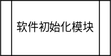
This is 模块图.drawio.svg from LiujiaHuan/classDesign, a draw.io export, as it was before one commit. Source tidied: cells renumbered, new cells last; positions are measured from the earlier drawing's top-left corner, leaving out a move shared by most shapes. Its diagram source:
```xml
<mxGraphModel>
  <root>
    <mxCell id="0" />
    <mxCell id="1" parent="0" />
    <mxCell id="2" value="软件初始化模块" style="shape=process;whiteSpace=wrap;html=1;backgroundOutline=1;" parent="1" vertex="1">
      <mxGeometry width="120" height="60" as="geometry" />
    </mxCell>
  </root>
</mxGraphModel>
```
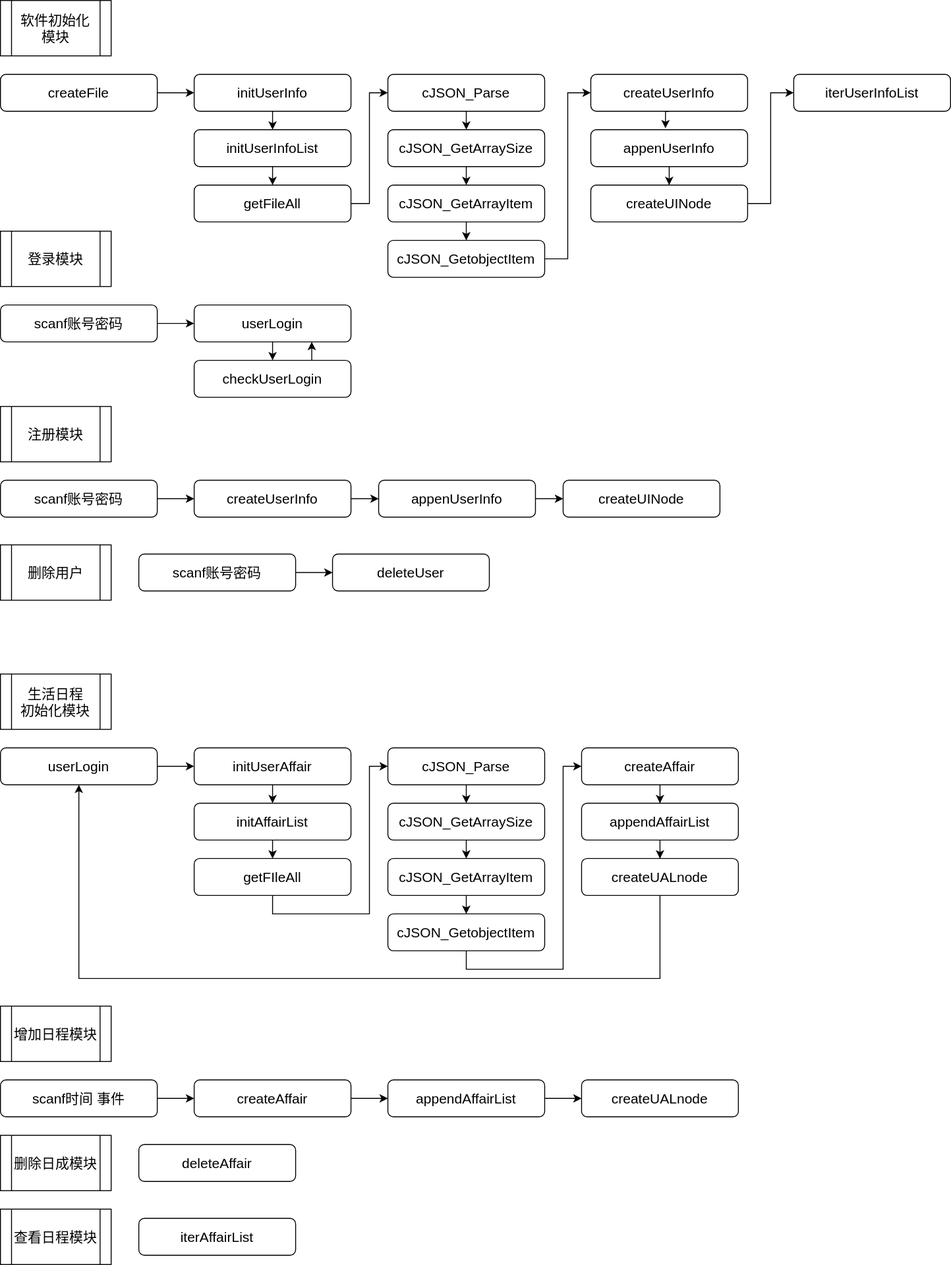
Above is the later version.

Commit message:
更新模块图.drawio.svg

Change to the diagram source:
```diff
@@ -2,8 +2,244 @@
   <root>
     <mxCell id="0" />
     <mxCell id="1" parent="0" />
-    <mxCell id="2" value="软件初始化模块" style="shape=process;whiteSpace=wrap;html=1;backgroundOutline=1;" parent="1" vertex="1">
+    <mxCell id="2" value="&lt;font style=&quot;font-size: 15px;&quot;&gt;软件初始化&lt;br&gt;模块&lt;/font&gt;" style="shape=process;whiteSpace=wrap;html=1;backgroundOutline=1;" parent="1" vertex="1">
       <mxGeometry width="120" height="60" as="geometry" />
     </mxCell>
+    <mxCell id="3" style="edgeStyle=orthogonalEdgeStyle;rounded=0;jettySize=auto;html=1;entryX=0;entryY=0.5;entryDx=0;entryDy=0;fontSize=15;" parent="1" edge="1" source="4" target="6">
+      <mxGeometry relative="1" as="geometry" />
+    </mxCell>
+    <mxCell id="4" value="&lt;font style=&quot;font-size: 15px;&quot;&gt;createFile&lt;/font&gt;" style="rounded=1;whiteSpace=wrap;html=1;" parent="1" vertex="1">
+      <mxGeometry y="80" width="170" height="40" as="geometry" />
+    </mxCell>
+    <mxCell id="5" style="edgeStyle=orthogonalEdgeStyle;rounded=0;jettySize=auto;html=1;exitX=0.5;exitY=1;exitDx=0;exitDy=0;entryX=0.5;entryY=0;entryDx=0;entryDy=0;fontSize=15;" parent="1" edge="1" source="6" target="14">
+      <mxGeometry relative="1" as="geometry" />
+    </mxCell>
+    <mxCell id="6" value="&lt;font style=&quot;font-size: 15px;&quot;&gt;initUserInfo&lt;/font&gt;" style="rounded=1;whiteSpace=wrap;html=1;" parent="1" vertex="1">
+      <mxGeometry x="210" y="80" width="170" height="40" as="geometry" />
+    </mxCell>
+    <mxCell id="7" value="&lt;span style=&quot;font-size: 15px;&quot;&gt;iterUserInfoList&lt;/span&gt;" style="rounded=1;whiteSpace=wrap;html=1;" parent="1" vertex="1">
+      <mxGeometry x="860" y="80" width="170" height="40" as="geometry" />
+    </mxCell>
+    <mxCell id="8" value="登录模块" style="shape=process;whiteSpace=wrap;html=1;backgroundOutline=1;fontSize=15;" parent="1" vertex="1">
+      <mxGeometry y="250" width="120" height="60" as="geometry" />
+    </mxCell>
+    <mxCell id="9" style="edgeStyle=orthogonalEdgeStyle;rounded=0;jettySize=auto;html=1;exitX=1;exitY=0.5;exitDx=0;exitDy=0;entryX=0;entryY=0.5;entryDx=0;entryDy=0;fontSize=15;" parent="1" edge="1" source="10" target="34">
+      <mxGeometry relative="1" as="geometry" />
+    </mxCell>
+    <mxCell id="10" value="&lt;span style=&quot;font-size: 15px;&quot;&gt;getFileAll&lt;/span&gt;" style="rounded=1;whiteSpace=wrap;html=1;" parent="1" vertex="1">
+      <mxGeometry x="210" y="200" width="170" height="40" as="geometry" />
+    </mxCell>
+    <mxCell id="11" style="edgeStyle=orthogonalEdgeStyle;rounded=0;jettySize=auto;html=1;exitX=1;exitY=0.5;exitDx=0;exitDy=0;entryX=0;entryY=0.5;entryDx=0;entryDy=0;fontSize=15;" parent="1" edge="1" source="12" target="37">
+      <mxGeometry relative="1" as="geometry" />
+    </mxCell>
+    <mxCell id="12" value="&lt;span style=&quot;font-size: 15px;&quot;&gt;scanf账号密码&lt;/span&gt;" style="rounded=1;whiteSpace=wrap;html=1;" parent="1" vertex="1">
+      <mxGeometry x="150" y="600" width="170" height="40" as="geometry" />
+    </mxCell>
+    <mxCell id="13" style="edgeStyle=orthogonalEdgeStyle;rounded=0;jettySize=auto;html=1;exitX=0.5;exitY=1;exitDx=0;exitDy=0;entryX=0.5;entryY=0;entryDx=0;entryDy=0;fontSize=15;" parent="1" edge="1" source="14" target="10">
+      <mxGeometry relative="1" as="geometry" />
+    </mxCell>
+    <mxCell id="14" value="&lt;span style=&quot;font-size: 15px;&quot;&gt;initUserInfoList&lt;/span&gt;" style="rounded=1;whiteSpace=wrap;html=1;" parent="1" vertex="1">
+      <mxGeometry x="210" y="140" width="170" height="40" as="geometry" />
+    </mxCell>
+    <mxCell id="15" style="edgeStyle=orthogonalEdgeStyle;rounded=0;jettySize=auto;html=1;exitX=1;exitY=0.5;exitDx=0;exitDy=0;entryX=0;entryY=0.5;entryDx=0;entryDy=0;fontSize=15;" parent="1" edge="1" source="16" target="51">
+      <mxGeometry relative="1" as="geometry" />
+    </mxCell>
+    <mxCell id="16" value="&lt;span style=&quot;font-size: 15px;&quot;&gt;createUserInfo&lt;/span&gt;" style="rounded=1;whiteSpace=wrap;html=1;" parent="1" vertex="1">
+      <mxGeometry x="210" y="520" width="170" height="40" as="geometry" />
+    </mxCell>
+    <mxCell id="17" style="edgeStyle=orthogonalEdgeStyle;rounded=0;jettySize=auto;html=1;fontSize=15;" parent="1" edge="1" source="18" target="16">
+      <mxGeometry relative="1" as="geometry" />
+    </mxCell>
+    <mxCell id="18" value="&lt;span style=&quot;font-size: 15px;&quot;&gt;scanf账号密码&lt;/span&gt;" style="rounded=1;whiteSpace=wrap;html=1;" parent="1" vertex="1">
+      <mxGeometry y="520" width="170" height="40" as="geometry" />
+    </mxCell>
+    <mxCell id="19" style="edgeStyle=orthogonalEdgeStyle;rounded=0;jettySize=auto;html=1;exitX=0.75;exitY=0;exitDx=0;exitDy=0;entryX=0.75;entryY=1;entryDx=0;entryDy=0;fontSize=15;" parent="1" edge="1" source="20" target="39">
+      <mxGeometry relative="1" as="geometry" />
+    </mxCell>
+    <mxCell id="20" value="&lt;span style=&quot;font-size: 15px;&quot;&gt;checkUserLogin&lt;/span&gt;" style="rounded=1;whiteSpace=wrap;html=1;" parent="1" vertex="1">
+      <mxGeometry x="210" y="390" width="170" height="40" as="geometry" />
+    </mxCell>
+    <mxCell id="21" style="edgeStyle=orthogonalEdgeStyle;rounded=0;jettySize=auto;html=1;entryX=0;entryY=0.5;entryDx=0;entryDy=0;fontSize=15;" parent="1" edge="1" source="22" target="7">
+      <mxGeometry relative="1" as="geometry" />
+    </mxCell>
+    <mxCell id="22" value="&lt;span style=&quot;font-size: 15px;&quot;&gt;createUINode&lt;/span&gt;" style="rounded=1;whiteSpace=wrap;html=1;" parent="1" vertex="1">
+      <mxGeometry x="640" y="200" width="170" height="40" as="geometry" />
+    </mxCell>
+    <mxCell id="23" style="edgeStyle=orthogonalEdgeStyle;rounded=0;jettySize=auto;html=1;exitX=0.5;exitY=1;exitDx=0;exitDy=0;fontSize=15;" parent="1" edge="1" source="24" target="22">
+      <mxGeometry relative="1" as="geometry" />
+    </mxCell>
+    <mxCell id="24" value="&lt;span style=&quot;font-size: 15px;&quot;&gt;appenUserInfo&lt;/span&gt;" style="rounded=1;whiteSpace=wrap;html=1;" parent="1" vertex="1">
+      <mxGeometry x="640" y="140" width="170" height="40" as="geometry" />
+    </mxCell>
+    <mxCell id="25" style="edgeStyle=orthogonalEdgeStyle;rounded=0;jettySize=auto;html=1;exitX=0.5;exitY=1;exitDx=0;exitDy=0;entryX=0.476;entryY=-0.038;entryDx=0;entryDy=0;entryPerimeter=0;fontSize=15;" parent="1" edge="1" source="26" target="24">
+      <mxGeometry relative="1" as="geometry" />
+    </mxCell>
+    <mxCell id="26" value="&lt;span style=&quot;font-size: 15px;&quot;&gt;createUserInfo&lt;/span&gt;" style="rounded=1;whiteSpace=wrap;html=1;" parent="1" vertex="1">
+      <mxGeometry x="640" y="80" width="170" height="40" as="geometry" />
+    </mxCell>
+    <mxCell id="27" style="edgeStyle=orthogonalEdgeStyle;rounded=0;jettySize=auto;html=1;exitX=1;exitY=0.5;exitDx=0;exitDy=0;entryX=0;entryY=0.5;entryDx=0;entryDy=0;fontSize=15;" parent="1" edge="1" source="28" target="26">
+      <mxGeometry relative="1" as="geometry" />
+    </mxCell>
+    <mxCell id="28" value="&lt;span style=&quot;font-size: 15px;&quot;&gt;cJSON_GetobjectItem&lt;/span&gt;" style="rounded=1;whiteSpace=wrap;html=1;" parent="1" vertex="1">
+      <mxGeometry x="420" y="260" width="170" height="40" as="geometry" />
+    </mxCell>
+    <mxCell id="29" style="edgeStyle=orthogonalEdgeStyle;rounded=0;jettySize=auto;html=1;exitX=0.5;exitY=1;exitDx=0;exitDy=0;entryX=0.5;entryY=0;entryDx=0;entryDy=0;fontSize=15;" parent="1" edge="1" source="30" target="28">
+      <mxGeometry relative="1" as="geometry" />
+    </mxCell>
+    <mxCell id="30" value="&lt;span style=&quot;font-size: 15px;&quot;&gt;cJSON_GetArrayItem&lt;/span&gt;" style="rounded=1;whiteSpace=wrap;html=1;" parent="1" vertex="1">
+      <mxGeometry x="420" y="200" width="170" height="40" as="geometry" />
+    </mxCell>
+    <mxCell id="31" style="edgeStyle=orthogonalEdgeStyle;rounded=0;jettySize=auto;html=1;exitX=0.5;exitY=1;exitDx=0;exitDy=0;entryX=0.5;entryY=0;entryDx=0;entryDy=0;fontSize=15;" parent="1" edge="1" source="32" target="30">
+      <mxGeometry relative="1" as="geometry" />
+    </mxCell>
+    <mxCell id="32" value="&lt;span style=&quot;font-size: 15px;&quot;&gt;cJSON_GetArraySize&lt;/span&gt;" style="rounded=1;whiteSpace=wrap;html=1;" parent="1" vertex="1">
+      <mxGeometry x="420" y="140" width="170" height="40" as="geometry" />
+    </mxCell>
+    <mxCell id="33" style="edgeStyle=orthogonalEdgeStyle;rounded=0;jettySize=auto;html=1;exitX=0.5;exitY=1;exitDx=0;exitDy=0;entryX=0.5;entryY=0;entryDx=0;entryDy=0;fontSize=15;" parent="1" edge="1" source="34" target="32">
+      <mxGeometry relative="1" as="geometry" />
+    </mxCell>
+    <mxCell id="34" value="&lt;span style=&quot;font-size: 15px;&quot;&gt;cJSON_Parse&lt;/span&gt;" style="rounded=1;whiteSpace=wrap;html=1;" parent="1" vertex="1">
+      <mxGeometry x="420" y="80" width="170" height="40" as="geometry" />
+    </mxCell>
+    <mxCell id="35" style="edgeStyle=orthogonalEdgeStyle;rounded=0;jettySize=auto;html=1;entryX=0;entryY=0.5;entryDx=0;entryDy=0;fontSize=15;" parent="1" edge="1" source="36" target="39">
+      <mxGeometry relative="1" as="geometry" />
+    </mxCell>
+    <mxCell id="36" value="&lt;span style=&quot;font-size: 15px;&quot;&gt;scanf账号密码&lt;/span&gt;" style="rounded=1;whiteSpace=wrap;html=1;" parent="1" vertex="1">
+      <mxGeometry y="330" width="170" height="40" as="geometry" />
+    </mxCell>
+    <mxCell id="37" value="&lt;span style=&quot;font-size: 15px;&quot;&gt;deleteUser&lt;/span&gt;" style="rounded=1;whiteSpace=wrap;html=1;" parent="1" vertex="1">
+      <mxGeometry x="360" y="600" width="170" height="40" as="geometry" />
+    </mxCell>
+    <mxCell id="38" style="edgeStyle=orthogonalEdgeStyle;rounded=0;jettySize=auto;html=1;exitX=0.5;exitY=1;exitDx=0;exitDy=0;entryX=0.5;entryY=0;entryDx=0;entryDy=0;fontSize=15;" parent="1" edge="1" source="39" target="20">
+      <mxGeometry relative="1" as="geometry" />
+    </mxCell>
+    <mxCell id="39" value="&lt;span style=&quot;font-size: 15px;&quot;&gt;userLogin&lt;/span&gt;" style="rounded=1;whiteSpace=wrap;html=1;" parent="1" vertex="1">
+      <mxGeometry x="210" y="330" width="170" height="40" as="geometry" />
+    </mxCell>
+    <mxCell id="40" style="edgeStyle=orthogonalEdgeStyle;rounded=0;jettySize=auto;html=1;exitX=1;exitY=0.5;exitDx=0;exitDy=0;entryX=0;entryY=0.5;entryDx=0;entryDy=0;fontSize=15;" parent="1" edge="1" source="41" target="48">
+      <mxGeometry relative="1" as="geometry" />
+    </mxCell>
+    <mxCell id="41" value="&lt;span style=&quot;font-size: 15px;&quot;&gt;userLogin&lt;/span&gt;" style="rounded=1;whiteSpace=wrap;html=1;" parent="1" vertex="1">
+      <mxGeometry y="810" width="170" height="40" as="geometry" />
+    </mxCell>
+    <mxCell id="42" value="&lt;span style=&quot;font-size: 15px;&quot;&gt;iterAffairList&lt;/span&gt;" style="rounded=1;whiteSpace=wrap;html=1;" parent="1" vertex="1">
+      <mxGeometry x="150" y="1320" width="170" height="40" as="geometry" />
+    </mxCell>
+    <mxCell id="43" style="edgeStyle=orthogonalEdgeStyle;rounded=0;jettySize=auto;html=1;exitX=0.5;exitY=1;exitDx=0;exitDy=0;entryX=0.5;entryY=0;entryDx=0;entryDy=0;fontSize=15;" parent="1" edge="1" source="44" target="46">
+      <mxGeometry relative="1" as="geometry" />
+    </mxCell>
+    <mxCell id="44" value="&lt;span style=&quot;font-size: 15px;&quot;&gt;initAffairList&lt;/span&gt;" style="rounded=1;whiteSpace=wrap;html=1;" parent="1" vertex="1">
+      <mxGeometry x="210" y="870" width="170" height="40" as="geometry" />
+    </mxCell>
+    <mxCell id="45" style="edgeStyle=orthogonalEdgeStyle;rounded=0;jettySize=auto;html=1;exitX=0.5;exitY=1;exitDx=0;exitDy=0;entryX=0;entryY=0.5;entryDx=0;entryDy=0;fontSize=15;" parent="1" edge="1" source="46" target="76">
+      <mxGeometry relative="1" as="geometry" />
+    </mxCell>
+    <mxCell id="46" value="&lt;span style=&quot;font-size: 15px;&quot;&gt;getFIleAll&lt;/span&gt;" style="rounded=1;whiteSpace=wrap;html=1;" parent="1" vertex="1">
+      <mxGeometry x="210" y="930" width="170" height="40" as="geometry" />
+    </mxCell>
+    <mxCell id="47" style="edgeStyle=orthogonalEdgeStyle;rounded=0;jettySize=auto;html=1;exitX=0.5;exitY=1;exitDx=0;exitDy=0;entryX=0.5;entryY=0;entryDx=0;entryDy=0;fontSize=15;" parent="1" edge="1" source="48" target="44">
+      <mxGeometry relative="1" as="geometry" />
+    </mxCell>
+    <mxCell id="48" value="&lt;span style=&quot;font-size: 15px;&quot;&gt;initUserAffair&lt;/span&gt;" style="rounded=1;whiteSpace=wrap;html=1;" parent="1" vertex="1">
+      <mxGeometry x="210" y="810" width="170" height="40" as="geometry" />
+    </mxCell>
+    <mxCell id="49" value="注册模块" style="shape=process;whiteSpace=wrap;html=1;backgroundOutline=1;fontSize=15;" parent="1" vertex="1">
+      <mxGeometry y="440" width="120" height="60" as="geometry" />
+    </mxCell>
+    <mxCell id="50" style="edgeStyle=orthogonalEdgeStyle;rounded=0;jettySize=auto;html=1;exitX=1;exitY=0.5;exitDx=0;exitDy=0;entryX=0;entryY=0.5;entryDx=0;entryDy=0;fontSize=15;" parent="1" edge="1" source="51" target="52">
+      <mxGeometry relative="1" as="geometry" />
+    </mxCell>
+    <mxCell id="51" value="&lt;span style=&quot;font-size: 15px;&quot;&gt;appenUserInfo&lt;/span&gt;" style="rounded=1;whiteSpace=wrap;html=1;" parent="1" vertex="1">
+      <mxGeometry x="410" y="520" width="170" height="40" as="geometry" />
+    </mxCell>
+    <mxCell id="52" value="&lt;span style=&quot;font-size: 15px;&quot;&gt;createUINode&lt;/span&gt;" style="rounded=1;whiteSpace=wrap;html=1;" parent="1" vertex="1">
+      <mxGeometry x="610" y="520" width="170" height="40" as="geometry" />
+    </mxCell>
+    <mxCell id="53" value="删除用户" style="shape=process;whiteSpace=wrap;html=1;backgroundOutline=1;fontSize=15;" parent="1" vertex="1">
+      <mxGeometry y="590" width="120" height="60" as="geometry" />
+    </mxCell>
+    <mxCell id="54" value="生活日程&lt;br&gt;初始化模块" style="shape=process;whiteSpace=wrap;html=1;backgroundOutline=1;fontSize=15;" parent="1" vertex="1">
+      <mxGeometry y="730" width="120" height="60" as="geometry" />
+    </mxCell>
+    <mxCell id="55" value="&lt;span style=&quot;font-size: 15px;&quot;&gt;deleteAffair&lt;/span&gt;" style="rounded=1;whiteSpace=wrap;html=1;" parent="1" vertex="1">
+      <mxGeometry x="150" y="1240" width="170" height="40" as="geometry" />
+    </mxCell>
+    <mxCell id="56" value="&lt;span style=&quot;font-size: 15px;&quot;&gt;createUALnode&lt;/span&gt;" style="rounded=1;whiteSpace=wrap;html=1;" parent="1" vertex="1">
+      <mxGeometry x="630" y="1170" width="170" height="40" as="geometry" />
+    </mxCell>
+    <mxCell id="57" style="edgeStyle=orthogonalEdgeStyle;rounded=0;jettySize=auto;html=1;exitX=1;exitY=0.5;exitDx=0;exitDy=0;entryX=0;entryY=0.5;entryDx=0;entryDy=0;fontSize=15;" parent="1" edge="1" source="58" target="56">
+      <mxGeometry relative="1" as="geometry" />
+    </mxCell>
+    <mxCell id="58" value="&lt;span style=&quot;font-size: 15px;&quot;&gt;appendAffairList&lt;/span&gt;" style="rounded=1;whiteSpace=wrap;html=1;" parent="1" vertex="1">
+      <mxGeometry x="420" y="1170" width="170" height="40" as="geometry" />
+    </mxCell>
+    <mxCell id="59" style="edgeStyle=orthogonalEdgeStyle;rounded=0;jettySize=auto;html=1;exitX=1;exitY=0.5;exitDx=0;exitDy=0;entryX=0;entryY=0.5;entryDx=0;entryDy=0;fontSize=15;" parent="1" edge="1" source="60" target="58">
+      <mxGeometry relative="1" as="geometry" />
+    </mxCell>
+    <mxCell id="60" value="&lt;span style=&quot;font-size: 15px;&quot;&gt;createAffair&lt;/span&gt;" style="rounded=1;whiteSpace=wrap;html=1;" parent="1" vertex="1">
+      <mxGeometry x="210" y="1170" width="170" height="40" as="geometry" />
+    </mxCell>
+    <mxCell id="61" style="edgeStyle=orthogonalEdgeStyle;rounded=0;jettySize=auto;html=1;exitX=1;exitY=0.5;exitDx=0;exitDy=0;entryX=0;entryY=0.5;entryDx=0;entryDy=0;fontSize=15;" parent="1" edge="1" source="62" target="60">
+      <mxGeometry relative="1" as="geometry" />
+    </mxCell>
+    <mxCell id="62" value="&lt;span style=&quot;font-size: 15px;&quot;&gt;scanf时间 事件&lt;/span&gt;" style="rounded=1;whiteSpace=wrap;html=1;" parent="1" vertex="1">
+      <mxGeometry y="1170" width="170" height="40" as="geometry" />
+    </mxCell>
+    <mxCell id="63" style="edgeStyle=orthogonalEdgeStyle;rounded=0;jettySize=auto;html=1;exitX=0.5;exitY=1;exitDx=0;exitDy=0;entryX=0.5;entryY=1;entryDx=0;entryDy=0;fontSize=15;" parent="1" edge="1" source="64" target="41">
+      <mxGeometry relative="1" as="geometry">
+        <Array as="points">
+          <mxPoint x="715" y="1060" />
+          <mxPoint x="85" y="1060" />
+        </Array>
+      </mxGeometry>
+    </mxCell>
+    <mxCell id="64" value="&lt;span style=&quot;font-size: 15px;&quot;&gt;createUALnode&lt;/span&gt;" style="rounded=1;whiteSpace=wrap;html=1;" parent="1" vertex="1">
+      <mxGeometry x="630" y="930" width="170" height="40" as="geometry" />
+    </mxCell>
+    <mxCell id="65" style="edgeStyle=orthogonalEdgeStyle;rounded=0;jettySize=auto;html=1;exitX=0.5;exitY=1;exitDx=0;exitDy=0;fontSize=15;" parent="1" edge="1" source="66" target="64">
+      <mxGeometry relative="1" as="geometry" />
+    </mxCell>
+    <mxCell id="66" value="&lt;span style=&quot;font-size: 15px;&quot;&gt;appendAffairList&lt;/span&gt;" style="rounded=1;whiteSpace=wrap;html=1;" parent="1" vertex="1">
+      <mxGeometry x="630" y="870" width="170" height="40" as="geometry" />
+    </mxCell>
+    <mxCell id="67" style="edgeStyle=orthogonalEdgeStyle;rounded=0;jettySize=auto;html=1;exitX=0.5;exitY=1;exitDx=0;exitDy=0;fontSize=15;" parent="1" edge="1" source="68" target="66">
+      <mxGeometry relative="1" as="geometry" />
+    </mxCell>
+    <mxCell id="68" value="&lt;span style=&quot;font-size: 15px;&quot;&gt;createAffair&lt;/span&gt;" style="rounded=1;whiteSpace=wrap;html=1;" parent="1" vertex="1">
+      <mxGeometry x="630" y="810" width="170" height="40" as="geometry" />
+    </mxCell>
+    <mxCell id="69" style="edgeStyle=orthogonalEdgeStyle;rounded=0;jettySize=auto;html=1;exitX=0.5;exitY=1;exitDx=0;exitDy=0;entryX=0;entryY=0.5;entryDx=0;entryDy=0;fontSize=15;" parent="1" edge="1" source="70" target="68">
+      <mxGeometry relative="1" as="geometry" />
+    </mxCell>
+    <mxCell id="70" value="&lt;span style=&quot;font-size: 15px;&quot;&gt;cJSON_GetobjectItem&lt;/span&gt;" style="rounded=1;whiteSpace=wrap;html=1;" parent="1" vertex="1">
+      <mxGeometry x="420" y="990" width="170" height="40" as="geometry" />
+    </mxCell>
+    <mxCell id="71" style="edgeStyle=orthogonalEdgeStyle;rounded=0;jettySize=auto;html=1;exitX=0.5;exitY=1;exitDx=0;exitDy=0;entryX=0.5;entryY=0;entryDx=0;entryDy=0;fontSize=15;" parent="1" edge="1" source="72" target="70">
+      <mxGeometry relative="1" as="geometry" />
+    </mxCell>
+    <mxCell id="72" value="&lt;span style=&quot;font-size: 15px;&quot;&gt;cJSON_GetArrayItem&lt;/span&gt;" style="rounded=1;whiteSpace=wrap;html=1;" parent="1" vertex="1">
+      <mxGeometry x="420" y="930" width="170" height="40" as="geometry" />
+    </mxCell>
+    <mxCell id="73" style="edgeStyle=orthogonalEdgeStyle;rounded=0;jettySize=auto;html=1;exitX=0.5;exitY=1;exitDx=0;exitDy=0;entryX=0.5;entryY=0;entryDx=0;entryDy=0;fontSize=15;" parent="1" edge="1" source="74" target="72">
+      <mxGeometry relative="1" as="geometry" />
+    </mxCell>
+    <mxCell id="74" value="&lt;span style=&quot;font-size: 15px;&quot;&gt;cJSON_GetArraySize&lt;/span&gt;" style="rounded=1;whiteSpace=wrap;html=1;" parent="1" vertex="1">
+      <mxGeometry x="420" y="870" width="170" height="40" as="geometry" />
+    </mxCell>
+    <mxCell id="75" style="edgeStyle=orthogonalEdgeStyle;rounded=0;jettySize=auto;html=1;exitX=0.5;exitY=1;exitDx=0;exitDy=0;entryX=0.5;entryY=0;entryDx=0;entryDy=0;fontSize=15;" parent="1" edge="1" source="76" target="74">
+      <mxGeometry relative="1" as="geometry" />
+    </mxCell>
+    <mxCell id="76" value="&lt;span style=&quot;font-size: 15px;&quot;&gt;cJSON_Parse&lt;/span&gt;" style="rounded=1;whiteSpace=wrap;html=1;" parent="1" vertex="1">
+      <mxGeometry x="420" y="810" width="170" height="40" as="geometry" />
+    </mxCell>
+    <mxCell id="77" value="增加日程模块" style="shape=process;whiteSpace=wrap;html=1;backgroundOutline=1;fontSize=15;" parent="1" vertex="1">
+      <mxGeometry y="1090" width="120" height="60" as="geometry" />
+    </mxCell>
+    <mxCell id="78" value="删除日成模块" style="shape=process;whiteSpace=wrap;html=1;backgroundOutline=1;fontSize=15;" parent="1" vertex="1">
+      <mxGeometry y="1230" width="120" height="60" as="geometry" />
+    </mxCell>
+    <mxCell id="79" value="查看日程模块" style="shape=process;whiteSpace=wrap;html=1;backgroundOutline=1;fontSize=15;" parent="1" vertex="1">
+      <mxGeometry y="1310" width="120" height="60" as="geometry" />
+    </mxCell>
   </root>
 </mxGraphModel>
```
